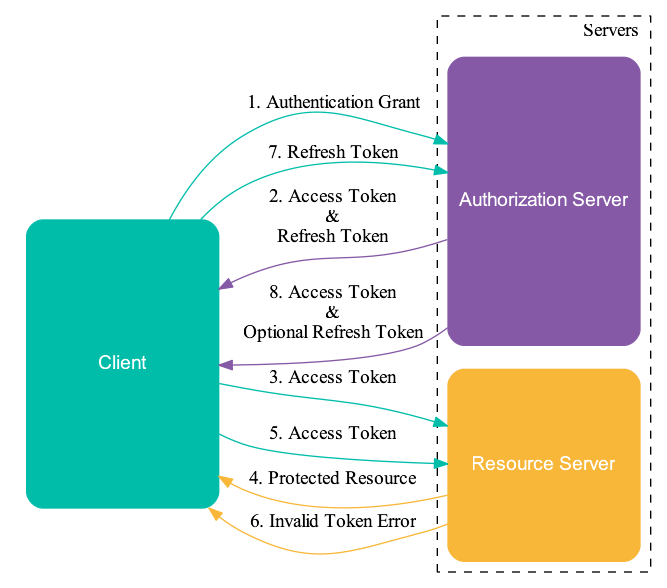
Above: static/image/2019/07/oauth-refreshing-expired-access-token.png in Jeanhwea/jeanhwea.github.io (Graphviz), before the change. Its source is kept beside it as static/image/2019/07/oauth-refreshing-expired-access-token.dot. Its diagram source:
```dot
digraph refreshingExpiredAccessToken {
  rankdir=LR;
  node
  [
   shape=box;
   style="filled,rounded";
   fontcolor="#ffffff";
   fontname="Arial"
  ];

  subgraph cluster_0 {
    client [color="#00bdaa", width=2, height=3, label="Client"];
    style=invis;
  }

  subgraph cluster_1 {
    authsrv [color="#8559a5", width=2, height=3, label="Authorization Server"];
    ressrv [color="#f8b739", width=2, height=2, label="Resource Server"];
    style=dashed;
    label="Servers";
    labeljust="r";
  }

  client -> authsrv [color="#00bdaa", label="1. Authentication Grant"];
  authsrv -> client [color="#8559a5", label="2. Access Token\n&\nRefresh Token"];

  client -> ressrv [color="#00bdaa", label="3. Access Token"];
  ressrv -> client [color="#f8b739", label="4. Protected Resource"];

  client -> ressrv [color="#00bdaa", label="5. Access Token"];
  ressrv -> client [color="#f8b739", label="6. Invalid Token Error"];

  client -> authsrv [color="#00bdaa", label="7. Refresh Token"];
  authsrv -> client [color="#8559a5", label="8. Access Token\n&\nOptional Refresh Token"];
}
```
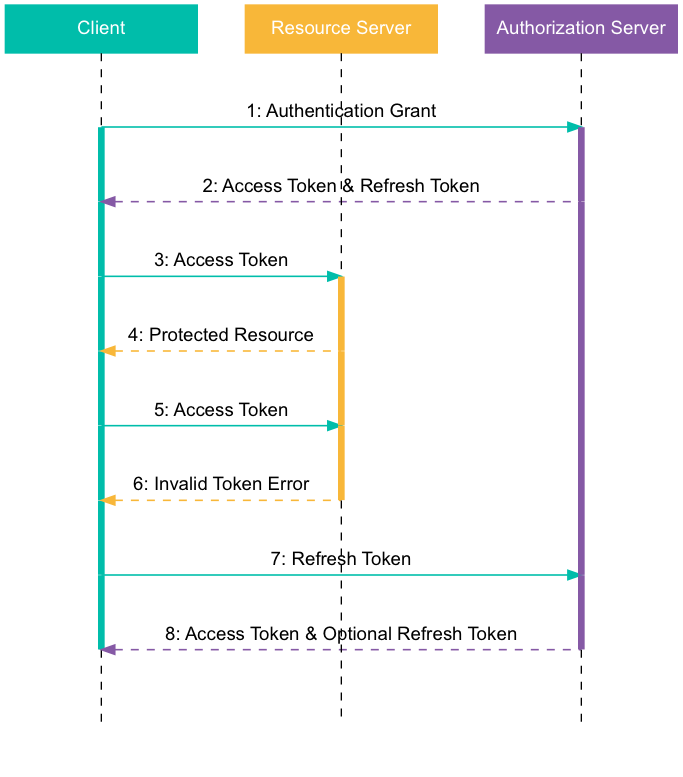
Above is the later version.

Diff of the diagram source:
```diff
@@ -1,35 +1,54 @@
 digraph refreshingExpiredAccessToken {
-  rankdir=LR;
   node
   [
    shape=box;
-   style="filled,rounded";
+   style=filled;
    fontcolor="#ffffff";
    fontname="Arial"
-  ];
+   ];
+  ranksep=0.75;
 
-  subgraph cluster_0 {
-    client [color="#00bdaa", width=2, height=3, label="Client"];
-    style=invis;
-  }
+  client [color="#00bdaa", width=2, label="Client", group=g_client];
+  p00, p01, p02, p03, p04, p05, p06, p07 [shape=point, width=0, label="", group=g_client];
+  p09 [style=invis, label="", group=g_client];
+  client -> p00 [style=dashed, arrowhead=none];
+  p07 -> p09 [style=dashed, arrowhead=none];
+  p00 -> p01 -> p02 -> p03 -> p04 -> p05 -> p06 -> p07 [style=none, color="#00bdaa", penwidth=5, arrowhead=none];
 
-  subgraph cluster_1 {
-    authsrv [color="#8559a5", width=2, height=3, label="Authorization Server"];
-    ressrv [color="#f8b739", width=2, height=2, label="Resource Server"];
-    style=dashed;
-    label="Servers";
-    labeljust="r";
-  }
+  auth [color="#8559a5", width=2, label="Authorization Server", group=g_auth];
+  p20, p21, p26, p27 [shape=point, width=0, label="", group=g_auth];
+  p29 [style=invis, label="", group=g_auth];
+  auth -> p20 [style=dashed, arrowhead=none];
+  p27 -> p29 [style=dashed, arrowhead=none];
+  p20 -> p21 -> p26 -> p27 [style=none, color="#8559a5", penwidth=5, arrowhead=none];
 
-  client -> authsrv [color="#00bdaa", label="1. Authentication Grant"];
-  authsrv -> client [color="#8559a5", label="2. Access Token\n&\nRefresh Token"];
+  res [color="#f8b739", width=2, label="Resource Server", group=g_res];
+  p32, p33, p34, p35 [shape=point, width=0, label="", group=g_res];
+  p39 [style=invis, label="", group=g_res];
+  res -> p32 [style=dashed, arrowhead=none];
+  p35 -> p39 [style=dashed, arrowhead=none];
+  p32 -> p33 -> p34 -> p35 [style=none, color="#f8b739", penwidth=5, arrowhead=none];
 
-  client -> ressrv [color="#00bdaa", label="3. Access Token"];
-  ressrv -> client [color="#f8b739", label="4. Protected Resource"];
+  { rank=same; client; res; auth; }
+  { rank=same; p00; p20; }
+  { rank=same; p01; p21; }
+  { rank=same; p02; p32; }
+  { rank=same; p03; p33; }
+  { rank=same; p04; p34; }
+  { rank=same; p05; p35; }
+  { rank=same; p06; p26; }
+  { rank=same; p07; p27; }
+  { rank=same; p09; p29; p39; }
+  client -> res -> auth [style=invis];
 
-  client -> ressrv [color="#00bdaa", label="5. Access Token"];
-  ressrv -> client [color="#f8b739", label="6. Invalid Token Error"];
 
-  client -> authsrv [color="#00bdaa", label="7. Refresh Token"];
-  authsrv -> client [color="#8559a5", label="8. Access Token\n&\nOptional Refresh Token"];
+  edge [fontname="Arial"];
+  p00 -> p20 [color="#00bdaa", penwidth=1.2, label="1: Authentication Grant"];
+  p01 -> p21 [color="#8559a5", penwidth=1.2, style=dashed, dir=back, label="2: Access Token & Refresh Token"];
+  p02 -> p32 [color="#00bdaa", penwidth=1.2, label="3: Access Token"];
+  p03 -> p33 [color="#f8b739", penwidth=1.2, style=dashed, dir=back, label="4: Protected Resource"];
+  p04 -> p34 [color="#00bdaa", penwidth=1.2, label="5: Access Token"];
+  p05 -> p35 [color="#f8b739", penwidth=1.2, style=dashed, dir=back, label="6: Invalid Token Error"];
+  p06 -> p26 [color="#00bdaa", penwidth=1.2, label="7: Refresh Token"];
+  p07 -> p27 [color="#8559a5", penwidth=1.2, style=dashed, dir=back, label="8: Access Token & Optional Refresh Token"];
 }
```
